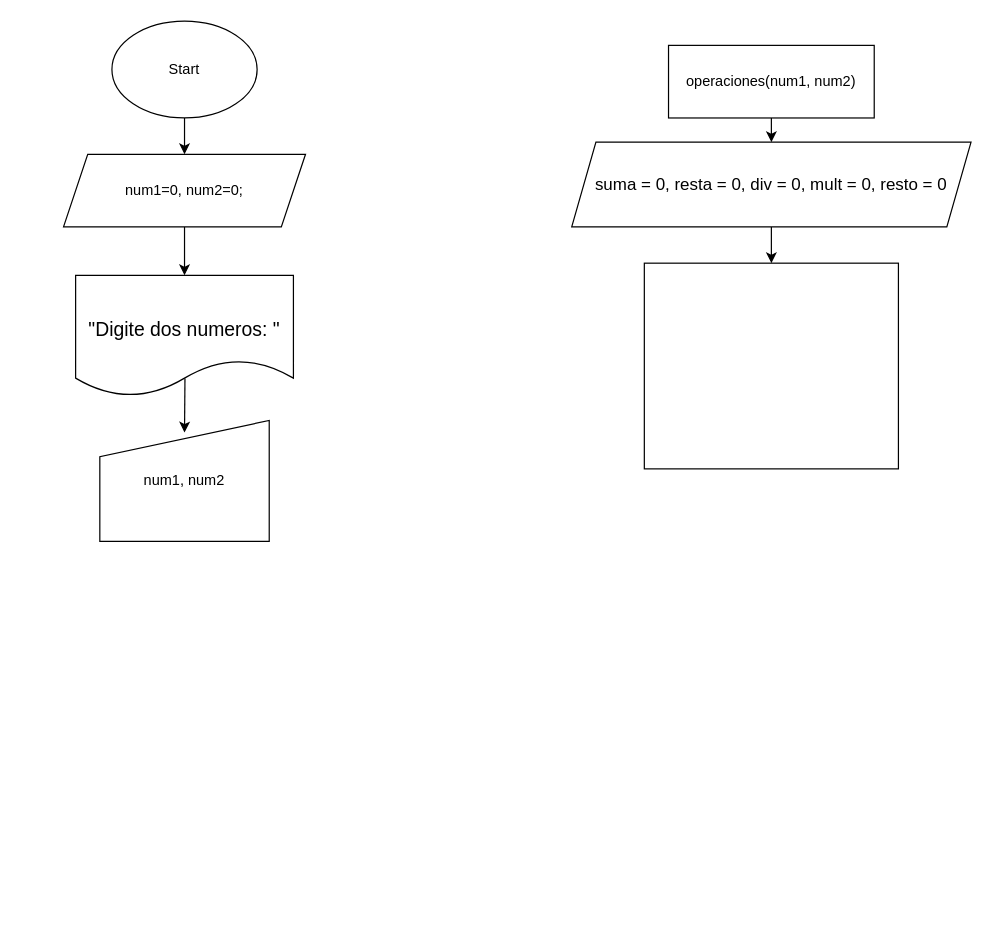
The draw.io diagram OperacionesAritmeticasFunciones.drawio in AnthonyLozadaAlexander/DiagramaDeFlujos, before the edit. Source tidied: cells renumbered, new cells numbered last; positions are measured from the earlier drawing's top-left corner, leaving out a move shared by most shapes. Both pictures are drawn from the tidied source at 121%, with x=0, y=0 at pixel (63, 21).
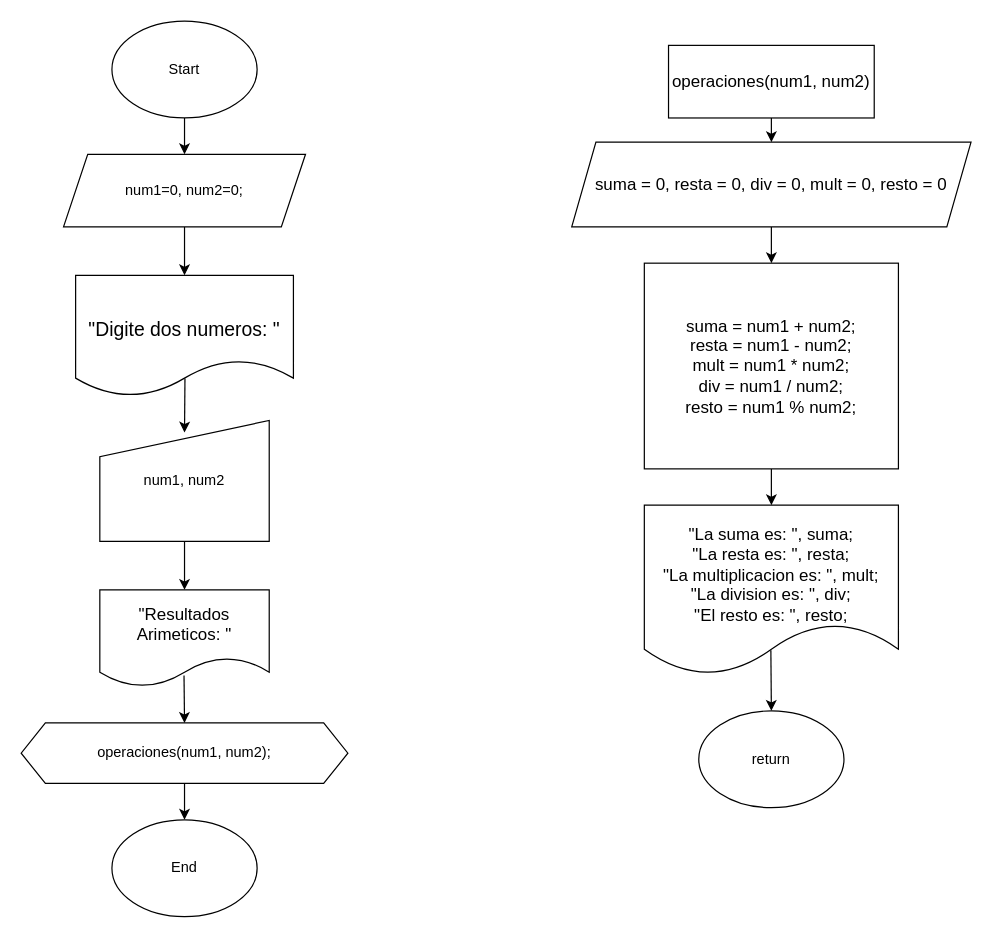
The same page after the edit.

Commit message (it also covers changes not shown here):
Actualizar diagramas de flujo para mejorar la lógica y la presentación en CuboDeUnNumero.drawio y OperacionesAritmeticasFunciones.drawio

The change refers to these unchanged cells:
```xml
<mxCell id="8" value="num1, num2" style="shape=manualInput;whiteSpace=wrap;html=1;" parent="1" vertex="1">
  <mxGeometry x="30" y="330" width="140" height="100" as="geometry" />
</mxCell>
```

What changed in the source:
```diff
@@
+    <mxCell id="14" style="edgeStyle=none;html=1;entryX=0.5;entryY=0;entryDx=0;entryDy=0;" parent="1" edge="1" source="8" target="20">
+      <mxGeometry relative="1" as="geometry" />
+    </mxCell>
@@
-    <mxCell id="10" value="operaciones(num1, num2)" style="rounded=0;whiteSpace=wrap;html=1;" parent="1" vertex="1">
+    <mxCell id="10" value="operaciones(num1, num2)" style="rounded=0;whiteSpace=wrap;html=1;fontSize=14;" parent="1" vertex="1">
       <mxGeometry x="500" y="20" width="170" height="60" as="geometry" />
     </mxCell>
@@
+    <mxCell id="15" style="edgeStyle=none;html=1;entryX=0.5;entryY=0;entryDx=0;entryDy=0;" parent="1" edge="1" source="13" target="17">
+      <mxGeometry relative="1" as="geometry" />
+    </mxCell>
-    <mxCell id="13" style="whiteSpace=wrap;html=1;fontSize=14;rounded=0;" parent="1" vertex="1">
+    <mxCell id="13" value="suma = num1 + num2;&lt;div&gt;resta = num1 - num2;&lt;/div&gt;&lt;div&gt;mult = num1 * num2;&lt;/div&gt;&lt;div&gt;div = num1 / num2;&lt;/div&gt;&lt;div&gt;resto = num1 % num2;&lt;/div&gt;" style="whiteSpace=wrap;html=1;fontSize=14;rounded=0;" parent="1" vertex="1">
       <mxGeometry x="480" y="200" width="210" height="170" as="geometry" />
     </mxCell>
+    <mxCell id="16" style="edgeStyle=none;html=1;exitX=0.498;exitY=0.857;exitDx=0;exitDy=0;exitPerimeter=0;" parent="1" edge="1" source="17" target="18">
+      <mxGeometry relative="1" as="geometry" />
+    </mxCell>
+    <mxCell id="17" value="&lt;div&gt;&lt;br&gt;&lt;/div&gt;&quot;La suma es: &quot;, suma;&lt;div&gt;&quot;La resta es: &quot;, resta;&lt;/div&gt;&lt;div&gt;&quot;La multiplicacion es: &quot;, mult;&lt;/div&gt;&lt;div&gt;&quot;La division es: &quot;, div;&lt;/div&gt;&lt;div&gt;&quot;El resto es: &quot;, resto;&lt;/div&gt;" style="shape=document;whiteSpace=wrap;html=1;boundedLbl=1;fontSize=14;" parent="1" vertex="1">
+      <mxGeometry x="480" y="400" width="210" height="140" as="geometry" />
+    </mxCell>
+    <mxCell id="18" value="return" style="ellipse;whiteSpace=wrap;html=1;" parent="1" vertex="1">
+      <mxGeometry x="525" y="570" width="120" height="80" as="geometry" />
+    </mxCell>
+    <mxCell id="19" style="edgeStyle=none;html=1;entryX=0.5;entryY=0;entryDx=0;entryDy=0;exitX=0.497;exitY=0.884;exitDx=0;exitDy=0;exitPerimeter=0;" parent="1" edge="1" source="20">
+      <mxGeometry relative="1" as="geometry">
+        <mxPoint x="100" y="580" as="targetPoint" />
+      </mxGeometry>
+    </mxCell>
+    <mxCell id="20" value="&quot;Resultados Arimeticos: &quot;" style="shape=document;whiteSpace=wrap;html=1;boundedLbl=1;fontSize=14;" parent="1" vertex="1">
+      <mxGeometry x="30" y="470" width="140" height="80" as="geometry" />
+    </mxCell>
+    <mxCell id="21" style="edgeStyle=none;html=1;entryX=0.5;entryY=0;entryDx=0;entryDy=0;" parent="1" edge="1" source="22" target="23">
+      <mxGeometry relative="1" as="geometry" />
+    </mxCell>
+    <mxCell id="22" value="operaciones(num1, num2);" style="shape=hexagon;perimeter=hexagonPerimeter2;whiteSpace=wrap;html=1;fixedSize=1;" parent="1" vertex="1">
+      <mxGeometry x="-35" y="580" width="270" height="50" as="geometry" />
+    </mxCell>
+    <mxCell id="23" value="End" style="ellipse;whiteSpace=wrap;html=1;" parent="1" vertex="1">
+      <mxGeometry x="40" y="660" width="120" height="80" as="geometry" />
+    </mxCell>
```
